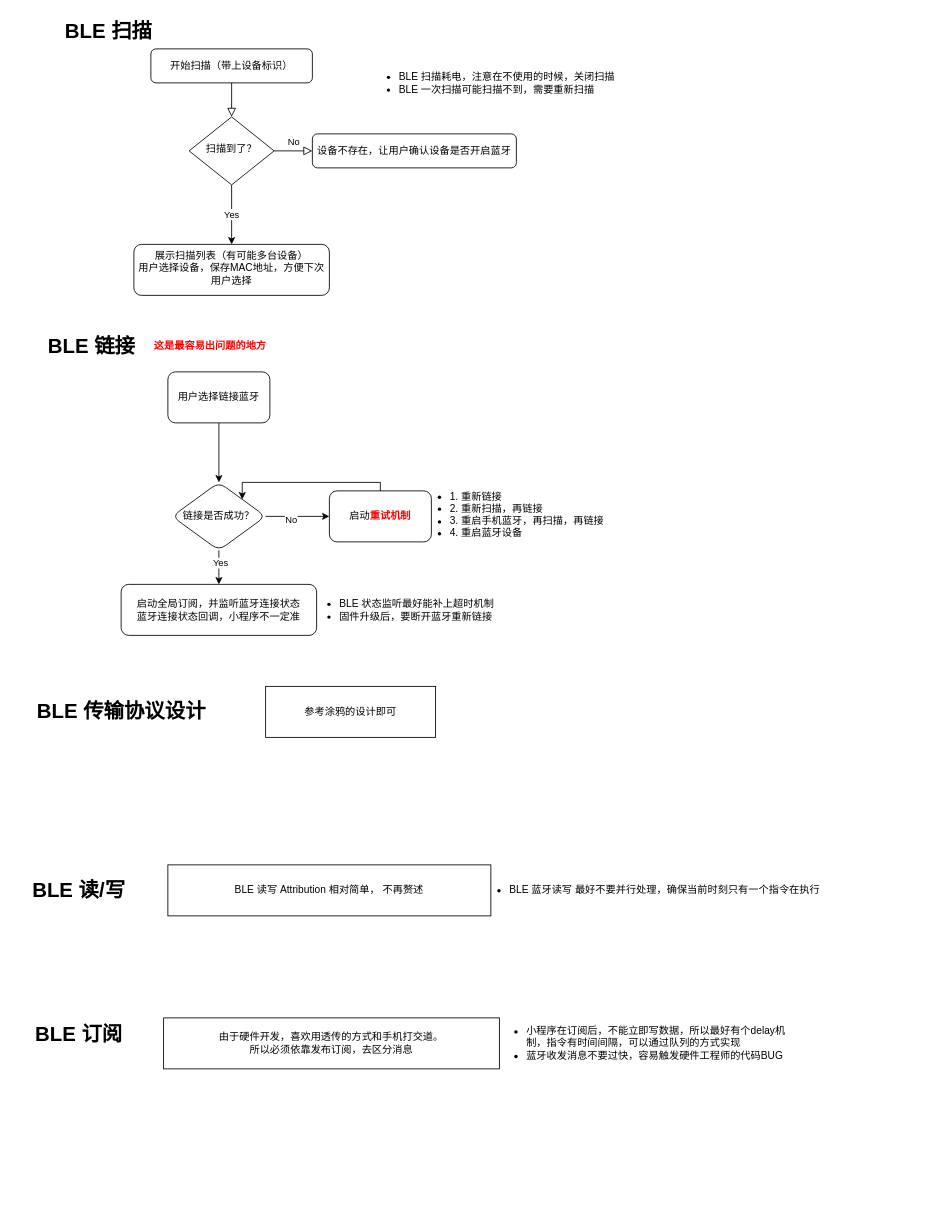
Above: ble.drawio in timzaak/blog (draw.io), before the change. Source tidied: cells renumbered, new cells numbered last; positions are measured from the earlier drawing's top-left corner, leaving out a move shared by most shapes. Both pictures are drawn from the tidied source at 85%, with x=0, y=0 at pixel (14, 14).
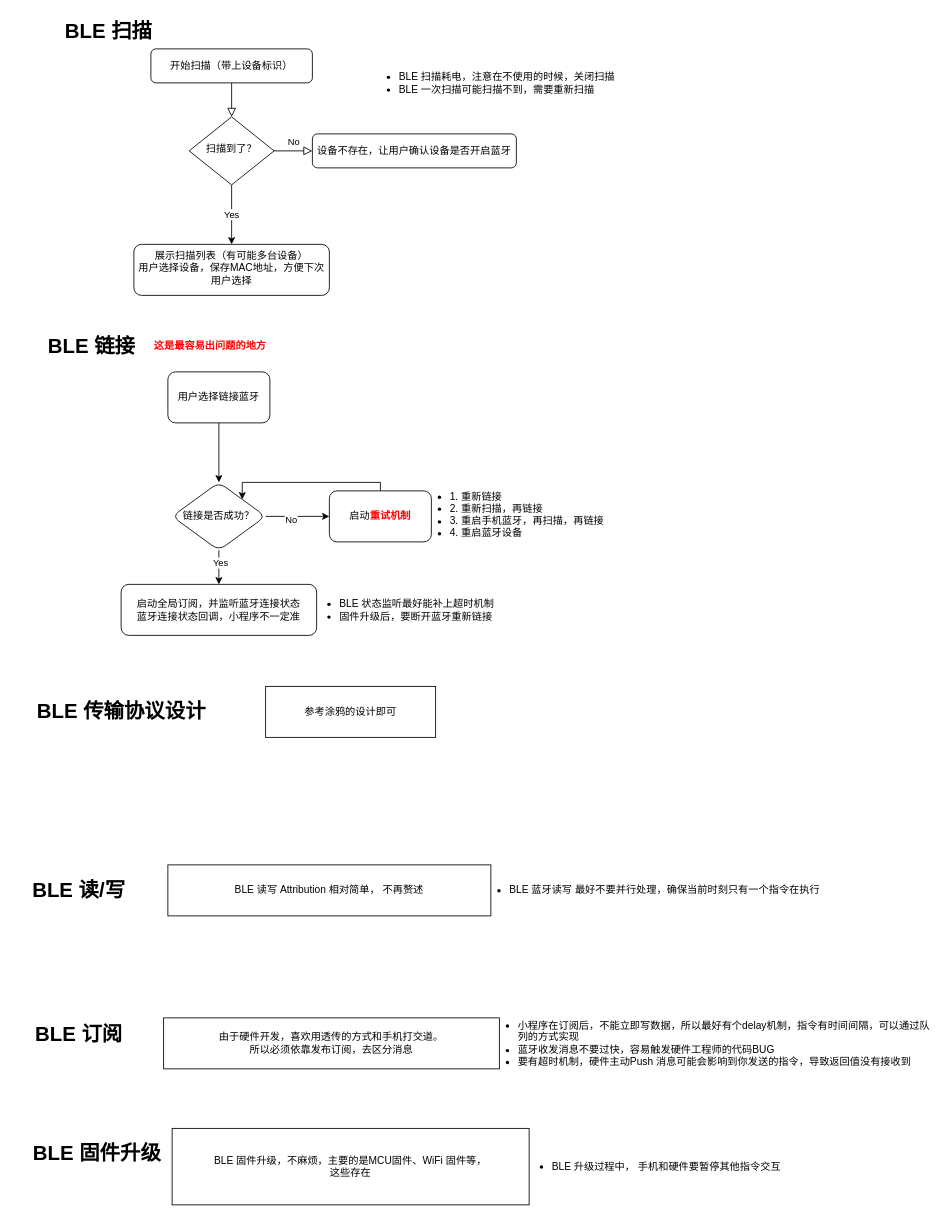
Above is the later version.

Diff of the diagram source:
```diff
@@
-    <mxCell id="32" value="&lt;ul&gt;&lt;li style=&quot;border-color: var(--border-color);&quot;&gt;小程序在订阅后，不能立即写数据，所以最好有个delay机制，指令有时间间隔，可以通过队列的方式实现&lt;/li&gt;&lt;li style=&quot;border-color: var(--border-color);&quot;&gt;蓝牙收发消息不要过快，容易触发硬件工程师的代码BUG&lt;/li&gt;&lt;/ul&gt;" style="text;strokeColor=none;fillColor=none;html=1;whiteSpace=wrap;verticalAlign=middle;overflow=hidden;" parent="1" vertex="1">
-      <mxGeometry x="560" y="1160" width="360" height="100" as="geometry" />
+    <mxCell id="32" value="&lt;ul&gt;&lt;li style=&quot;border-color: var(--border-color);&quot;&gt;小程序在订阅后，不能立即写数据，所以最好有个delay机制，指令有时间间隔，可以通过队列的方式实现&lt;/li&gt;&lt;li style=&quot;border-color: var(--border-color);&quot;&gt;蓝牙收发消息不要过快，容易触发硬件工程师的代码BUG&lt;/li&gt;&lt;li style=&quot;border-color: var(--border-color);&quot;&gt;要有超时机制，硬件主动Push 消息可能会影响到你发送的指令，导致返回值没有接收到&lt;/li&gt;&lt;/ul&gt;" style="text;strokeColor=none;fillColor=none;html=1;whiteSpace=wrap;verticalAlign=middle;overflow=hidden;" parent="1" vertex="1">
+      <mxGeometry x="550" y="1155" width="530" height="110" as="geometry" />
     </mxCell>
@@
+    <mxCell id="34" value="&amp;nbsp;BLE 固件升级" style="text;strokeColor=none;fillColor=none;html=1;fontSize=24;fontStyle=1;verticalAlign=middle;align=center;" parent="1" vertex="1">
+      <mxGeometry x="10" y="1320" width="165" height="40" as="geometry" />
+    </mxCell>
+    <mxCell id="35" value="BLE 固件升级，不麻烦，主要的是MCU固件、WiFi 固件等，&lt;br&gt;这些存在" style="whiteSpace=wrap;html=1;" parent="1" vertex="1">
+      <mxGeometry x="185" y="1310" width="420" height="90" as="geometry" />
+    </mxCell>
+    <mxCell id="36" value="&lt;ul&gt;&lt;li&gt;BLE 升级过程中， 手机和硬件要暂停其他指令交互&lt;/li&gt;&lt;/ul&gt;" style="text;strokeColor=none;fillColor=none;html=1;whiteSpace=wrap;verticalAlign=middle;overflow=hidden;" parent="1" vertex="1">
+      <mxGeometry x="590" y="1327.5" width="350" height="55" as="geometry" />
+    </mxCell>
```
